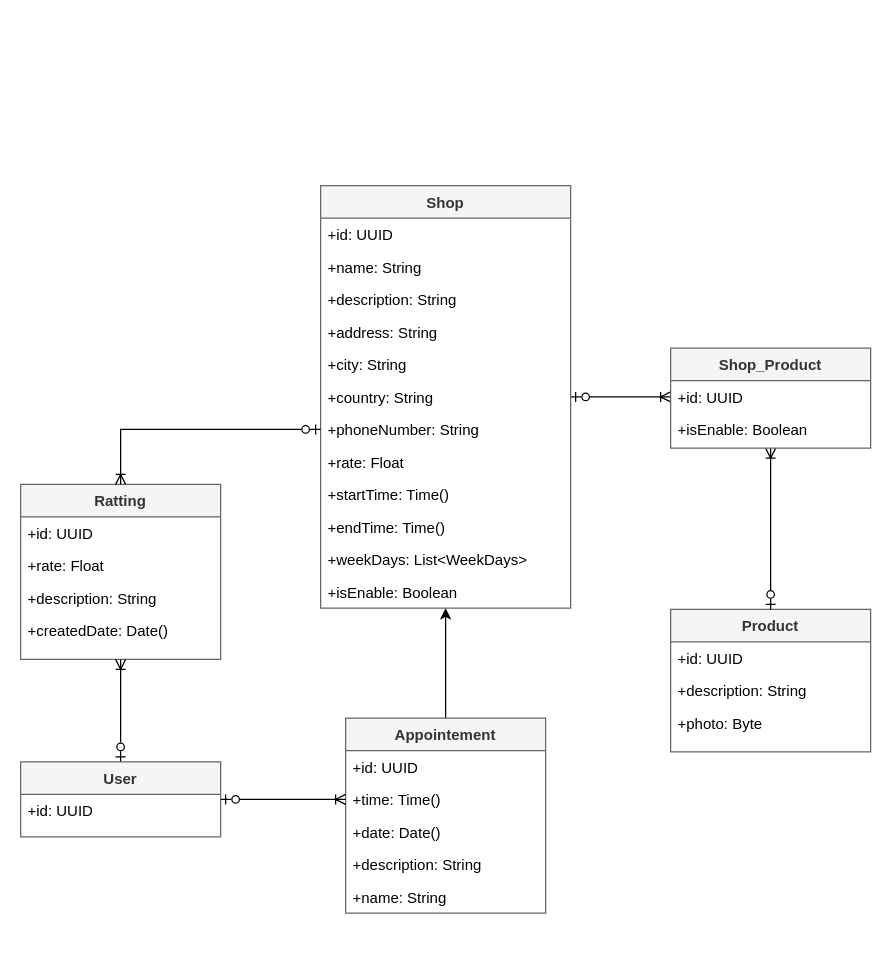
This is images/shop-service.drawio from Tiago92869/ShareAndSell-Architecture-Document, a draw.io file, before an edit. Source tidied: cells renumbered, new cells numbered last; positions are measured from the earlier drawing's top-left corner, leaving out a move shared by most shapes. Both pictures are drawn from the tidied source at 125%, with x=0, y=0 at pixel (20, 185).
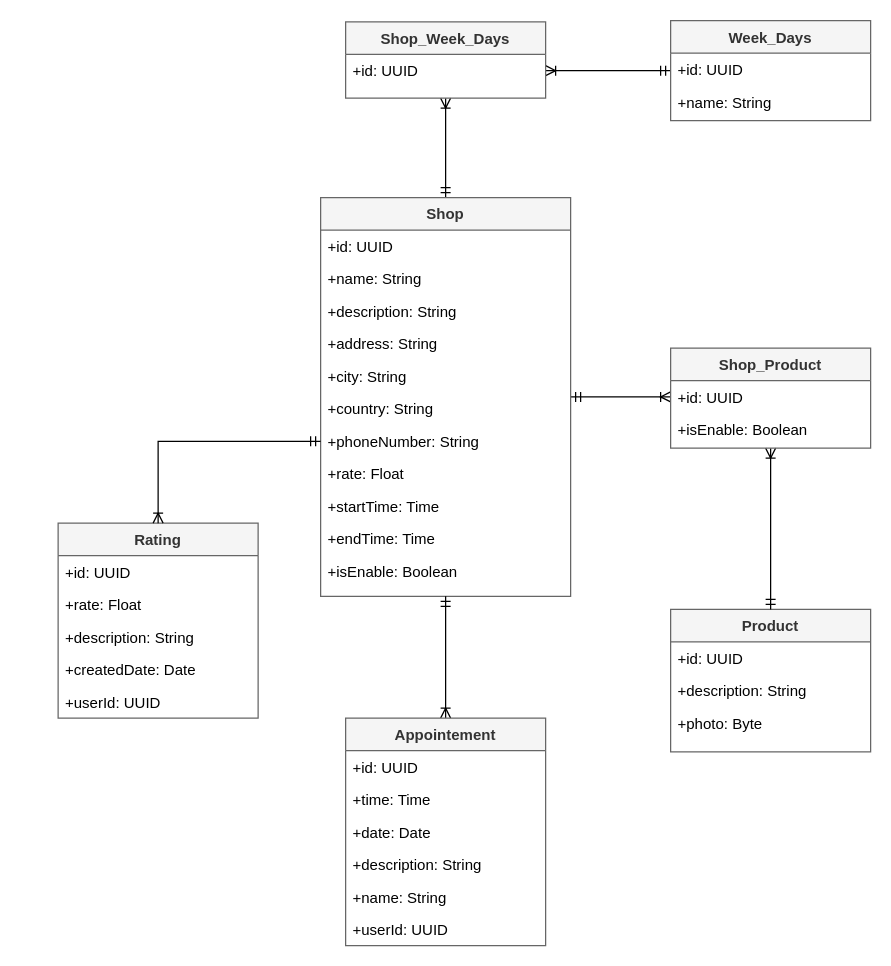
Above is the later version.

Unchanged cells that the change refers to:
```xml
<mxCell id="2" value="Product" style="swimlane;fontStyle=1;align=center;verticalAlign=top;horizontal=1;startSize=26;rounded=0;shadow=0;strokeWidth=1;fillColor=#f5f5f5;fontColor=#333333;strokeColor=#666666;" parent="1" vertex="1">
  <mxGeometry x="520" y="339" width="160" height="114" as="geometry" />
</mxCell>
<mxCell id="14" value="+phoneNumber: String" style="text;align=left;verticalAlign=top;spacingLeft=4;spacingRight=4;overflow=hidden;points=[[0,0.5],[1,0.5]];portConstraint=eastwest;" parent="7" vertex="1">
  <mxGeometry y="182" width="200" height="26" as="geometry" />
</mxCell>
<mxCell id="33" value="Shop_Product" style="swimlane;fontStyle=1;align=center;verticalAlign=top;horizontal=1;startSize=26;rounded=0;shadow=0;strokeWidth=1;fillColor=#f5f5f5;fontColor=#333333;strokeColor=#666666;" parent="1" vertex="1">
  <mxGeometry x="520" y="130" width="160" height="80" as="geometry" />
</mxCell>
<mxCell id="34" value="+id: UUID" style="text;align=left;verticalAlign=top;spacingLeft=4;spacingRight=4;overflow=hidden;points=[[0,0.5],[1,0.5]];portConstraint=eastwest;" parent="33" vertex="1">
  <mxGeometry y="26" width="160" height="26" as="geometry" />
</mxCell>
```

The edit, as a diff of the source:
```diff
@@
-    <mxCell id="6" style="edgeStyle=orthogonalEdgeStyle;rounded=0;jettySize=auto;html=1;entryX=0;entryY=0.5;entryDx=0;entryDy=0;endArrow=ERoneToMany;endFill=0;startArrow=ERzeroToOne;startFill=0;" parent="1" edge="1" source="7" target="34">
+    <mxCell id="6" style="edgeStyle=orthogonalEdgeStyle;rounded=0;jettySize=auto;html=1;entryX=0;entryY=0.5;entryDx=0;entryDy=0;endArrow=ERoneToMany;endFill=0;startArrow=ERmandOne;startFill=0;" parent="1" edge="1" source="7" target="34">
       <mxGeometry relative="1" as="geometry" />
     </mxCell>
+    <mxCell id="41" style="edgeStyle=orthogonalEdgeStyle;rounded=0;jettySize=auto;html=1;entryX=0.5;entryY=1;entryDx=0;entryDy=0;endArrow=ERoneToMany;endFill=0;startArrow=ERmandOne;startFill=0;" parent="1" edge="1" source="7" target="48">
+      <mxGeometry relative="1" as="geometry" />
+    </mxCell>
     <mxCell id="7" value="Shop" style="swimlane;fontStyle=1;align=center;verticalAlign=top;horizontal=1;startSize=26;rounded=0;shadow=0;strokeWidth=1;fillColor=#f5f5f5;fontColor=#333333;strokeColor=#666666;" parent="1" vertex="1">
-      <mxGeometry x="240" width="200" height="338" as="geometry" />
+      <mxGeometry x="240" y="9.5" width="200" height="319" as="geometry" />
     </mxCell>
@@
-    <mxCell id="16" value="+startTime: Time()" style="text;align=left;verticalAlign=top;spacingLeft=4;spacingRight=4;overflow=hidden;" parent="7" vertex="1">
+    <mxCell id="16" value="+startTime: Time" style="text;align=left;verticalAlign=top;spacingLeft=4;spacingRight=4;overflow=hidden;" parent="7" vertex="1">
       <mxGeometry y="234" width="200" height="26" as="geometry" />
     </mxCell>
-    <mxCell id="17" value="+endTime: Time()" style="text;align=left;verticalAlign=top;spacingLeft=4;spacingRight=4;overflow=hidden;" parent="7" vertex="1">
+    <mxCell id="17" value="+endTime: Time" style="text;align=left;verticalAlign=top;spacingLeft=4;spacingRight=4;overflow=hidden;" parent="7" vertex="1">
       <mxGeometry y="260" width="200" height="26" as="geometry" />
     </mxCell>
-    <mxCell id="18" value="+weekDays: List&lt;WeekDays&gt;" style="text;align=left;verticalAlign=top;spacingLeft=4;spacingRight=4;overflow=hidden;" parent="7" vertex="1">
-      <mxGeometry y="286" width="200" height="26" as="geometry" />
-    </mxCell>
     <mxCell id="19" value="+isEnable: Boolean" style="text;align=left;verticalAlign=top;spacingLeft=4;spacingRight=4;overflow=hidden;" parent="7" vertex="1">
-      <mxGeometry y="312" width="200" height="26" as="geometry" />
+      <mxGeometry y="286" width="200" height="26" as="geometry" />
     </mxCell>
-    <mxCell id="20" style="edgeStyle=orthogonalEdgeStyle;rounded=0;jettySize=auto;html=1;entryX=0.5;entryY=1;entryDx=0;entryDy=0;" parent="1" edge="1" source="21" target="7">
+    <mxCell id="20" style="edgeStyle=orthogonalEdgeStyle;rounded=0;jettySize=auto;html=1;entryX=0.5;entryY=1;entryDx=0;entryDy=0;endArrow=ERmandOne;endFill=0;startArrow=ERoneToMany;startFill=0;" parent="1" edge="1" source="21" target="7">
       <mxGeometry relative="1" as="geometry" />
     </mxCell>
     <mxCell id="21" value="Appointement" style="swimlane;fontStyle=1;align=center;verticalAlign=top;horizontal=1;startSize=26;rounded=0;shadow=0;strokeWidth=1;fillColor=#f5f5f5;fontColor=#333333;strokeColor=#666666;" parent="1" vertex="1">
-      <mxGeometry x="260" y="426" width="160" height="156" as="geometry" />
+      <mxGeometry x="260" y="426" width="160" height="182" as="geometry" />
     </mxCell>
@@
-    <mxCell id="23" value="+time: Time()" style="text;align=left;verticalAlign=top;spacingLeft=4;spacingRight=4;overflow=hidden;points=[[0,0.5],[1,0.5]];portConstraint=eastwest;" parent="21" vertex="1">
+    <mxCell id="23" value="+time: Time" style="text;align=left;verticalAlign=top;spacingLeft=4;spacingRight=4;overflow=hidden;points=[[0,0.5],[1,0.5]];portConstraint=eastwest;" parent="21" vertex="1">
       <mxGeometry y="52" width="160" height="26" as="geometry" />
     </mxCell>
-    <mxCell id="24" value="+date: Date()" style="text;align=left;verticalAlign=top;spacingLeft=4;spacingRight=4;overflow=hidden;" parent="21" vertex="1">
+    <mxCell id="24" value="+date: Date" style="text;align=left;verticalAlign=top;spacingLeft=4;spacingRight=4;overflow=hidden;" parent="21" vertex="1">
       <mxGeometry y="78" width="160" height="26" as="geometry" />
     </mxCell>
@@
+    <mxCell id="42" value="+userId: UUID" style="text;align=left;verticalAlign=top;spacingLeft=4;spacingRight=4;overflow=hidden;" parent="21" vertex="1">
+      <mxGeometry y="156" width="160" height="26" as="geometry" />
+    </mxCell>
-    <mxCell id="27" value="Ratting" style="swimlane;fontStyle=1;align=center;verticalAlign=top;horizontal=1;startSize=26;rounded=0;shadow=0;strokeWidth=1;fillColor=#f5f5f5;fontColor=#333333;strokeColor=#666666;" parent="1" vertex="1">
-      <mxGeometry y="239" width="160" height="140" as="geometry" />
+    <mxCell id="27" value="Rating" style="swimlane;fontStyle=1;align=center;verticalAlign=top;horizontal=1;startSize=26;rounded=0;shadow=0;strokeWidth=1;fillColor=#f5f5f5;fontColor=#333333;strokeColor=#666666;" parent="1" vertex="1">
+      <mxGeometry x="30" y="270" width="160" height="156" as="geometry" />
     </mxCell>
@@
-    <mxCell id="31" value="+createdDate: Date() " style="text;align=left;verticalAlign=top;spacingLeft=4;spacingRight=4;overflow=hidden;" parent="27" vertex="1">
+    <mxCell id="31" value="+createdDate: Date" style="text;align=left;verticalAlign=top;spacingLeft=4;spacingRight=4;overflow=hidden;" parent="27" vertex="1">
       <mxGeometry y="104" width="160" height="26" as="geometry" />
     </mxCell>
+    <mxCell id="43" value="+userId: UUID" style="text;align=left;verticalAlign=top;spacingLeft=4;spacingRight=4;overflow=hidden;" parent="27" vertex="1">
+      <mxGeometry y="130" width="160" height="26" as="geometry" />
+    </mxCell>
-    <mxCell id="32" style="edgeStyle=orthogonalEdgeStyle;rounded=0;jettySize=auto;html=1;entryX=0.5;entryY=0;entryDx=0;entryDy=0;endArrow=ERzeroToOne;endFill=0;startArrow=ERoneToMany;startFill=0;" parent="1" edge="1" source="33" target="2">
+    <mxCell id="32" style="edgeStyle=orthogonalEdgeStyle;rounded=0;jettySize=auto;html=1;entryX=0.5;entryY=0;entryDx=0;entryDy=0;endArrow=ERmandOne;endFill=0;startArrow=ERoneToMany;startFill=0;" parent="1" edge="1" source="33" target="2">
       <mxGeometry relative="1" as="geometry" />
     </mxCell>
@@
-    <mxCell id="36" style="edgeStyle=orthogonalEdgeStyle;rounded=0;jettySize=auto;html=1;entryX=0.5;entryY=1;entryDx=0;entryDy=0;endArrow=ERoneToMany;endFill=0;startArrow=ERzeroToOne;startFill=0;" parent="1" edge="1" source="38" target="27">
-      <mxGeometry relative="1" as="geometry" />
-    </mxCell>
-    <mxCell id="37" style="edgeStyle=orthogonalEdgeStyle;rounded=0;jettySize=auto;html=1;entryX=0;entryY=0.5;entryDx=0;entryDy=0;endArrow=ERoneToMany;endFill=0;startArrow=ERzeroToOne;startFill=0;" parent="1" edge="1" source="38" target="23">
-      <mxGeometry relative="1" as="geometry" />
-    </mxCell>
-    <mxCell id="38" value="User" style="swimlane;fontStyle=1;align=center;verticalAlign=top;horizontal=1;startSize=26;rounded=0;shadow=0;strokeWidth=1;fillColor=#f5f5f5;fontColor=#333333;strokeColor=#666666;" parent="1" vertex="1">
-      <mxGeometry y="461" width="160" height="60" as="geometry" />
-    </mxCell>
-    <mxCell id="39" value="+id: UUID" style="text;align=left;verticalAlign=top;spacingLeft=4;spacingRight=4;overflow=hidden;" parent="38" vertex="1">
-      <mxGeometry y="26" width="160" height="26" as="geometry" />
-    </mxCell>
-    <mxCell id="40" style="edgeStyle=orthogonalEdgeStyle;rounded=0;jettySize=auto;html=1;entryX=0;entryY=0.5;entryDx=0;entryDy=0;endArrow=ERzeroToOne;endFill=0;startArrow=ERoneToMany;startFill=0;exitX=0.5;exitY=0;exitDx=0;exitDy=0;" parent="1" edge="1" source="27" target="14">
+    <mxCell id="40" style="edgeStyle=orthogonalEdgeStyle;rounded=0;jettySize=auto;html=1;entryX=0;entryY=0.5;entryDx=0;entryDy=0;endArrow=ERmandOne;endFill=0;startArrow=ERoneToMany;startFill=0;exitX=0.5;exitY=0;exitDx=0;exitDy=0;" parent="1" edge="1" source="27" target="14">
       <mxGeometry relative="1" as="geometry" />
     </mxCell>
+    <mxCell id="44" style="edgeStyle=orthogonalEdgeStyle;rounded=0;jettySize=auto;html=1;entryX=1;entryY=0.5;entryDx=0;entryDy=0;endArrow=ERoneToMany;endFill=0;startArrow=ERmandOne;startFill=0;" parent="1" edge="1" source="45" target="49">
+      <mxGeometry relative="1" as="geometry" />
+    </mxCell>
+    <mxCell id="45" value="Week_Days" style="swimlane;fontStyle=1;align=center;verticalAlign=top;horizontal=1;startSize=26;rounded=0;shadow=0;strokeWidth=1;fillColor=#f5f5f5;fontColor=#333333;strokeColor=#666666;" parent="1" vertex="1">
+      <mxGeometry x="520" y="-132" width="160" height="80" as="geometry" />
+    </mxCell>
+    <mxCell id="46" value="+id: UUID" style="text;align=left;verticalAlign=top;spacingLeft=4;spacingRight=4;overflow=hidden;" parent="45" vertex="1">
+      <mxGeometry y="26" width="160" height="26" as="geometry" />
+    </mxCell>
+    <mxCell id="47" value="+name: String" style="text;align=left;verticalAlign=top;spacingLeft=4;spacingRight=4;overflow=hidden;" parent="45" vertex="1">
+      <mxGeometry y="52" width="160" height="26" as="geometry" />
+    </mxCell>
+    <mxCell id="48" value="Shop_Week_Days" style="swimlane;fontStyle=1;align=center;verticalAlign=top;horizontal=1;startSize=26;rounded=0;shadow=0;strokeWidth=1;fillColor=#f5f5f5;fontColor=#333333;strokeColor=#666666;" parent="1" vertex="1">
+      <mxGeometry x="260" y="-131" width="160" height="61" as="geometry" />
+    </mxCell>
+    <mxCell id="49" value="+id: UUID" style="text;align=left;verticalAlign=top;spacingLeft=4;spacingRight=4;overflow=hidden;points=[[0,0.5],[1,0.5]];portConstraint=eastwest;" parent="48" vertex="1">
+      <mxGeometry y="26" width="160" height="26" as="geometry" />
+    </mxCell>
```
